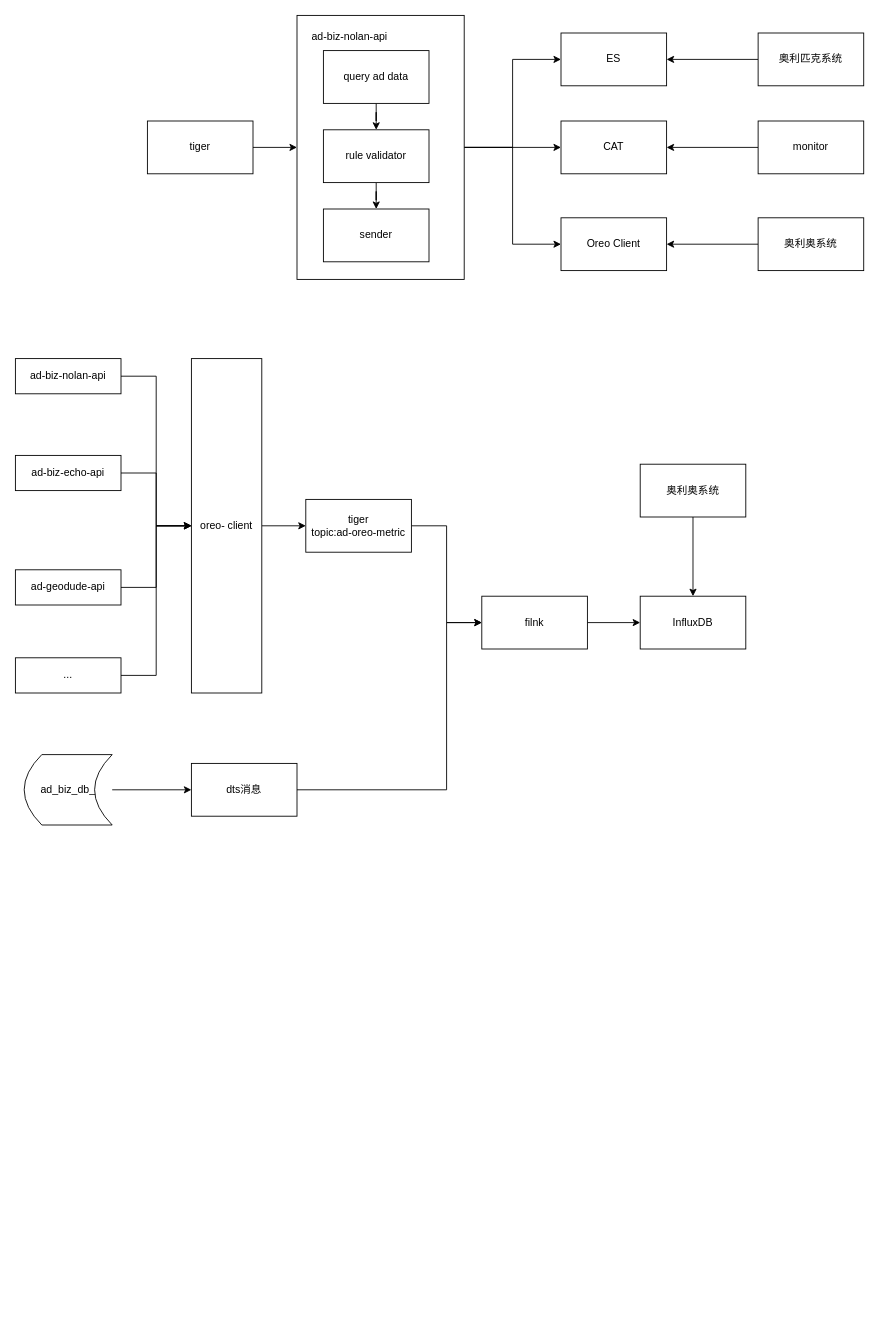
flyfeifeiba/pdd-diagram keeps this draw.io diagram as diagram/监控架构.drawio. Above is the earlier version. Source tidied: cells renumbered, new cells numbered last; positions are measured from the earlier drawing's top-left corner, leaving out a move shared by most shapes. Both pictures are drawn from the tidied source at 88%, with x=0, y=0 at pixel (15, 15).
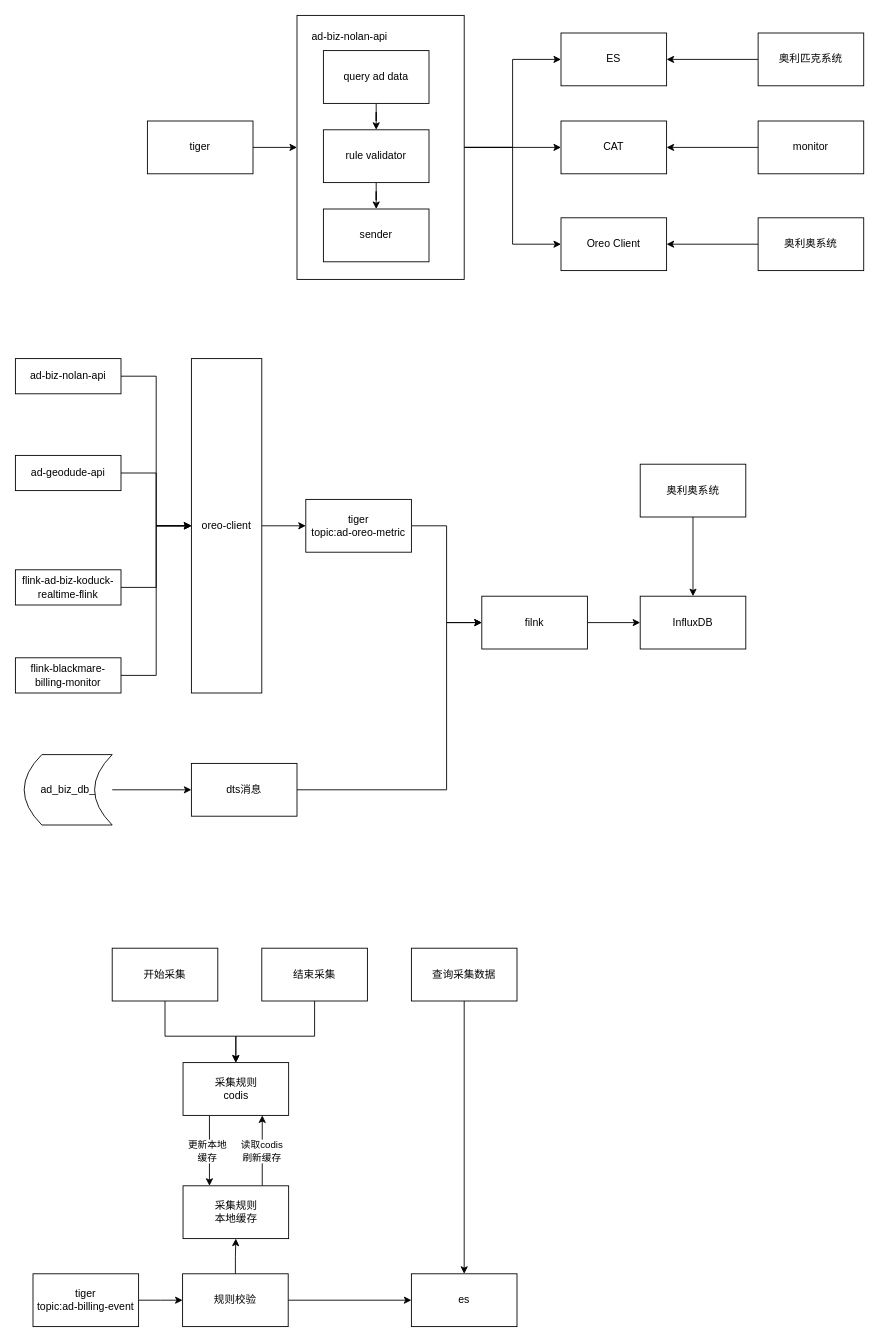
Above is the later version.

Diff of the diagram source:
```diff
@@
-    <mxCell id="29" value="oreo- client" style="rounded=0;whiteSpace=wrap;html=1;" parent="1" vertex="1">
+    <mxCell id="29" value="oreo-client" style="rounded=0;whiteSpace=wrap;html=1;" parent="1" vertex="1">
       <mxGeometry x="200" y="390" width="80" height="380" as="geometry" />
     </mxCell>
@@
-    <mxCell id="33" value="ad-biz-echo-api" style="rounded=0;whiteSpace=wrap;html=1;" parent="1" vertex="1">
+    <mxCell id="33" value="ad-geodude-api" style="rounded=0;whiteSpace=wrap;html=1;" parent="1" vertex="1">
       <mxGeometry y="500" width="120" height="40" as="geometry" />
     </mxCell>
@@
-    <mxCell id="35" value="ad-geodude-api" style="rounded=0;whiteSpace=wrap;html=1;" parent="1" vertex="1">
+    <mxCell id="35" value="&lt;p style=&quot;margin: 0px&quot;&gt;flink-ad-biz-koduck-realtime-flink&lt;/p&gt;&lt;div&gt;&lt;/div&gt;" style="rounded=0;whiteSpace=wrap;html=1;" parent="1" vertex="1">
       <mxGeometry y="630" width="120" height="40" as="geometry" />
     </mxCell>
@@
-    <mxCell id="37" value="..." style="rounded=0;whiteSpace=wrap;html=1;" parent="1" vertex="1">
+    <mxCell id="37" value="&lt;p style=&quot;margin: 0px&quot;&gt;flink-blackmare-billing-monitor&lt;/p&gt;&lt;div&gt;&lt;/div&gt;" style="rounded=0;whiteSpace=wrap;html=1;" parent="1" vertex="1">
       <mxGeometry y="730" width="120" height="40" as="geometry" />
     </mxCell>
@@
+    <mxCell id="44" style="edgeStyle=orthogonalEdgeStyle;rounded=0;jettySize=auto;html=1;entryX=0;entryY=0.5;entryDx=0;entryDy=0;" parent="1" edge="1" source="45">
+      <mxGeometry relative="1" as="geometry">
+        <mxPoint x="190" y="1460" as="targetPoint" />
+      </mxGeometry>
+    </mxCell>
+    <mxCell id="45" value="tiger&lt;br&gt;topic:&lt;span&gt;ad-billing-event&lt;/span&gt;&lt;div&gt;&lt;/div&gt;" style="rounded=0;whiteSpace=wrap;html=1;" parent="1" vertex="1">
+      <mxGeometry x="20" y="1430" width="120" height="60" as="geometry" />
+    </mxCell>
+    <mxCell id="46" style="edgeStyle=orthogonalEdgeStyle;rounded=0;jettySize=auto;html=1;" parent="1" edge="1" source="48" target="58">
+      <mxGeometry relative="1" as="geometry" />
+    </mxCell>
+    <mxCell id="47" style="edgeStyle=orthogonalEdgeStyle;rounded=0;jettySize=auto;html=1;" parent="1" edge="1" source="48" target="59">
+      <mxGeometry relative="1" as="geometry" />
+    </mxCell>
+    <mxCell id="48" value="规则校验" style="rounded=0;whiteSpace=wrap;html=1;" parent="1" vertex="1">
+      <mxGeometry x="190" y="1430" width="120" height="60" as="geometry" />
+    </mxCell>
+    <mxCell id="49" style="edgeStyle=orthogonalEdgeStyle;rounded=0;jettySize=auto;html=1;" parent="1" edge="1" source="51" target="58">
+      <mxGeometry relative="1" as="geometry">
+        <Array as="points">
+          <mxPoint x="220.5" y="1280" />
+          <mxPoint x="220.5" y="1280" />
+        </Array>
+      </mxGeometry>
+    </mxCell>
+    <mxCell id="50" value="更新本地&lt;br&gt;缓存" style="edgeLabel;html=1;align=center;verticalAlign=middle;" parent="49" vertex="1">
+      <mxGeometry y="-3" relative="1" as="geometry" />
+    </mxCell>
+    <mxCell id="51" value="采集规则&lt;br&gt;codis" style="rounded=0;whiteSpace=wrap;html=1;" parent="1" vertex="1">
+      <mxGeometry x="190.5" y="1190" width="120" height="60" as="geometry" />
+    </mxCell>
+    <mxCell id="52" style="edgeStyle=orthogonalEdgeStyle;rounded=0;jettySize=auto;html=1;entryX=0.5;entryY=0;entryDx=0;entryDy=0;" parent="1" edge="1" source="53" target="51">
+      <mxGeometry relative="1" as="geometry">
+        <Array as="points">
+          <mxPoint x="170" y="1160" />
+          <mxPoint x="251" y="1160" />
+        </Array>
+      </mxGeometry>
+    </mxCell>
+    <mxCell id="53" value="开始采集" style="rounded=0;whiteSpace=wrap;html=1;" parent="1" vertex="1">
+      <mxGeometry x="110" y="1060" width="120" height="60" as="geometry" />
+    </mxCell>
+    <mxCell id="54" style="edgeStyle=orthogonalEdgeStyle;rounded=0;jettySize=auto;html=1;exitX=0.5;exitY=1;exitDx=0;exitDy=0;" parent="1" edge="1" source="55">
+      <mxGeometry relative="1" as="geometry">
+        <mxPoint x="250.5" y="1190" as="targetPoint" />
+        <Array as="points">
+          <mxPoint x="340" y="1160" />
+          <mxPoint x="251" y="1160" />
+        </Array>
+      </mxGeometry>
+    </mxCell>
+    <mxCell id="55" value="结束采集" style="rounded=0;whiteSpace=wrap;html=1;" parent="1" vertex="1">
+      <mxGeometry x="280" y="1060" width="120" height="60" as="geometry" />
+    </mxCell>
+    <mxCell id="56" style="edgeStyle=orthogonalEdgeStyle;rounded=0;jettySize=auto;html=1;exitX=0.75;exitY=0;exitDx=0;exitDy=0;entryX=0.75;entryY=1;entryDx=0;entryDy=0;" parent="1" edge="1" source="58" target="51">
+      <mxGeometry relative="1" as="geometry" />
+    </mxCell>
+    <mxCell id="57" value="读取codis&lt;br&gt;刷新缓存" style="edgeLabel;html=1;align=center;verticalAlign=middle;" parent="56" vertex="1">
+      <mxGeometry x="0.07" y="1" relative="1" as="geometry">
+        <mxPoint y="3" as="offset" />
+      </mxGeometry>
+    </mxCell>
+    <mxCell id="58" value="采集规则&lt;br&gt;本地缓存" style="rounded=0;whiteSpace=wrap;html=1;" parent="1" vertex="1">
+      <mxGeometry x="190.5" y="1330" width="120" height="60" as="geometry" />
+    </mxCell>
+    <mxCell id="59" value="es" style="rounded=0;whiteSpace=wrap;html=1;" parent="1" vertex="1">
+      <mxGeometry x="450" y="1430" width="120" height="60" as="geometry" />
+    </mxCell>
+    <mxCell id="60" style="edgeStyle=orthogonalEdgeStyle;rounded=0;jettySize=auto;html=1;exitX=0.5;exitY=1;exitDx=0;exitDy=0;entryX=0.5;entryY=0;entryDx=0;entryDy=0;" parent="1" edge="1" source="61" target="59">
+      <mxGeometry relative="1" as="geometry" />
+    </mxCell>
+    <mxCell id="61" value="查询采集数据" style="rounded=0;whiteSpace=wrap;html=1;" parent="1" vertex="1">
+      <mxGeometry x="450" y="1060" width="120" height="60" as="geometry" />
+    </mxCell>
```
